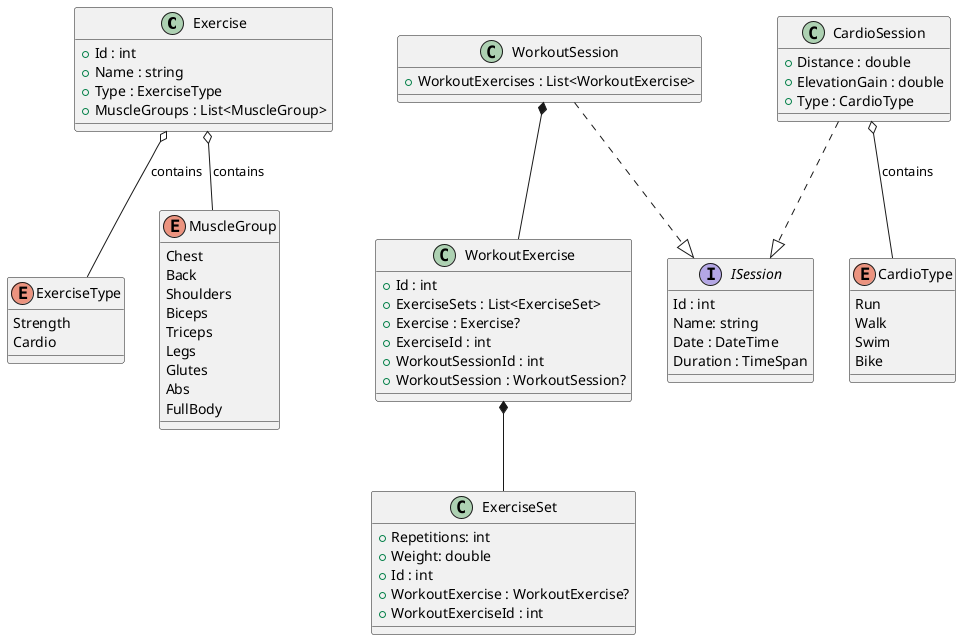
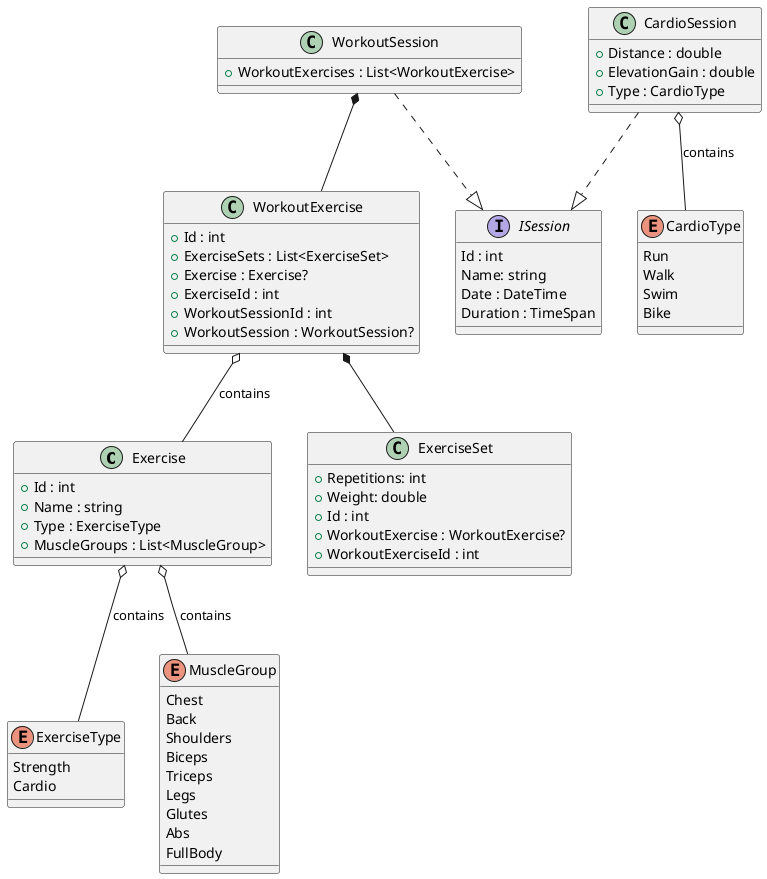
@startuml
class Exercise {
    + Id : int
    + Name : string
    + Type : ExerciseType
    + MuscleGroups : List<MuscleGroup>
}

class ExerciseSet{
    + Repetitions: int
    + Weight: double
    + Id : int
    + WorkoutExercise : WorkoutExercise?
    + WorkoutExerciseId : int
}

class WorkoutExercise{
    + Id : int
    + ExerciseSets : List<ExerciseSet>
    + Exercise : Exercise?
    + ExerciseId : int
    + WorkoutSessionId : int
    + WorkoutSession : WorkoutSession?
}

class WorkoutSession{
    +WorkoutExercises : List<WorkoutExercise>
}

class CardioSession{
    +Distance : double
    +ElevationGain : double
    +Type : CardioType
}

enum ExerciseType {
    Strength
    Cardio
}

enum CardioType{
    Run
    Walk
    Swim
    Bike
}

enum MuscleGroup {
    Chest
    Back
    Shoulders
    Biceps
    Triceps
    Legs
    Glutes
    Abs
    FullBody
}


interface ISession {
    Id : int
    Name: string
    Date : DateTime
    Duration : TimeSpan
}

WorkoutSession ..|>ISession
CardioSession ..|>ISession
Exercise o-- ExerciseType : contains
Exercise o-- MuscleGroup : contains
CardioSession o-- CardioType : contains
+ WorkoutExercise o-- Exercise : contains
WorkoutExercise *--ExerciseSet
WorkoutSession *--WorkoutExercise
@enduml